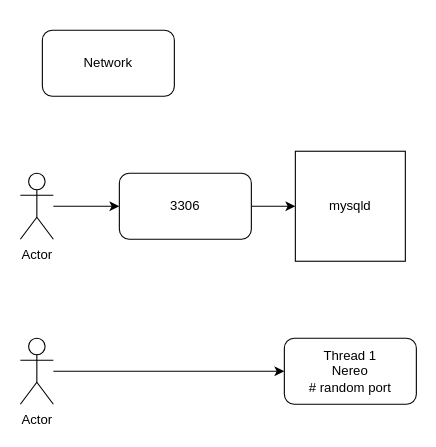
The draw.io diagram page "Página-3" (3 of 4) of Apuntes-13-02-2024.drawio in KevinCordoba/RepositoriodeDiagramas, before the edit. Source tidied: cells renumbered, new cells numbered last; positions are measured from the earlier drawing's top-left corner, leaving out a move shared by most shapes. Both pictures are drawn from the tidied source at 110%, with x=0, y=0 at pixel (20, 30).
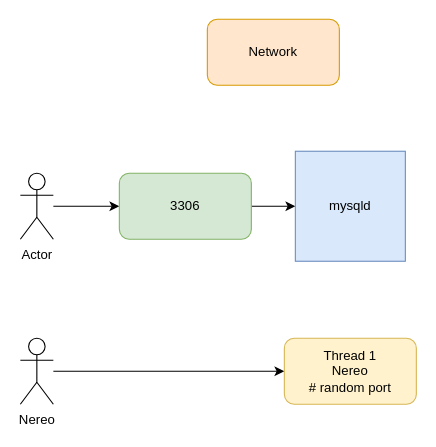
The same page after the edit.

What changed in the source:
```diff
@@
 <mxGraphModel>
   <root>
     <mxCell id="0" />
     <mxCell id="1" parent="0" />
-    <mxCell id="2" value="Network" style="rounded=1;whiteSpace=wrap;html=1;" parent="1" vertex="1">
-      <mxGeometry x="20" width="120" height="60" as="geometry" />
+    <mxCell id="2" value="Network" style="rounded=1;whiteSpace=wrap;html=1;fillColor=#ffe6cc;strokeColor=#d79b00;" parent="1" vertex="1">
+      <mxGeometry x="170" y="-10" width="120" height="60" as="geometry" />
     </mxCell>
     <mxCell id="3" style="edgeStyle=orthogonalEdgeStyle;rounded=0;jettySize=auto;html=1;entryX=0;entryY=0.5;entryDx=0;entryDy=0;" parent="1" edge="1" source="4" target="6">
       <mxGeometry relative="1" as="geometry" />
     </mxCell>
     <mxCell id="4" value="Actor" style="shape=umlActor;verticalLabelPosition=bottom;verticalAlign=top;html=1;outlineConnect=0;" parent="1" vertex="1">
       <mxGeometry y="130" width="30" height="60" as="geometry" />
     </mxCell>
     <mxCell id="5" style="edgeStyle=orthogonalEdgeStyle;rounded=0;jettySize=auto;html=1;" parent="1" edge="1" source="6" target="7">
       <mxGeometry relative="1" as="geometry" />
     </mxCell>
-    <mxCell id="6" value="3306" style="rounded=1;whiteSpace=wrap;html=1;" parent="1" vertex="1">
+    <mxCell id="6" value="3306" style="rounded=1;whiteSpace=wrap;html=1;fillColor=#d5e8d4;strokeColor=#82b366;" parent="1" vertex="1">
       <mxGeometry x="90" y="130" width="120" height="60" as="geometry" />
     </mxCell>
-    <mxCell id="7" value="mysqld" style="whiteSpace=wrap;html=1;" parent="1" vertex="1">
+    <mxCell id="7" value="mysqld" style="whiteSpace=wrap;html=1;fillColor=#dae8fc;strokeColor=#6c8ebf;" parent="1" vertex="1">
       <mxGeometry x="250" y="110" width="100" height="100" as="geometry" />
     </mxCell>
     <mxCell id="8" style="edgeStyle=orthogonalEdgeStyle;rounded=0;jettySize=auto;html=1;" parent="1" edge="1" source="9" target="10">
       <mxGeometry relative="1" as="geometry" />
     </mxCell>
-    <mxCell id="9" value="Actor" style="shape=umlActor;verticalLabelPosition=bottom;verticalAlign=top;html=1;outlineConnect=0;" parent="1" vertex="1">
+    <mxCell id="9" value="Nereo" style="shape=umlActor;verticalLabelPosition=bottom;verticalAlign=top;html=1;outlineConnect=0;" parent="1" vertex="1">
       <mxGeometry y="280" width="30" height="60" as="geometry" />
     </mxCell>
-    <mxCell id="10" value="Thread 1&lt;br&gt;Nereo&lt;br&gt;# random port" style="rounded=1;whiteSpace=wrap;html=1;" parent="1" vertex="1">
+    <mxCell id="10" value="Thread 1&lt;br&gt;Nereo&lt;br&gt;# random port" style="rounded=1;whiteSpace=wrap;html=1;fillColor=#fff2cc;strokeColor=#d6b656;" parent="1" vertex="1">
       <mxGeometry x="240" y="280" width="120" height="60" as="geometry" />
     </mxCell>
   </root>
 </mxGraphModel>
```
